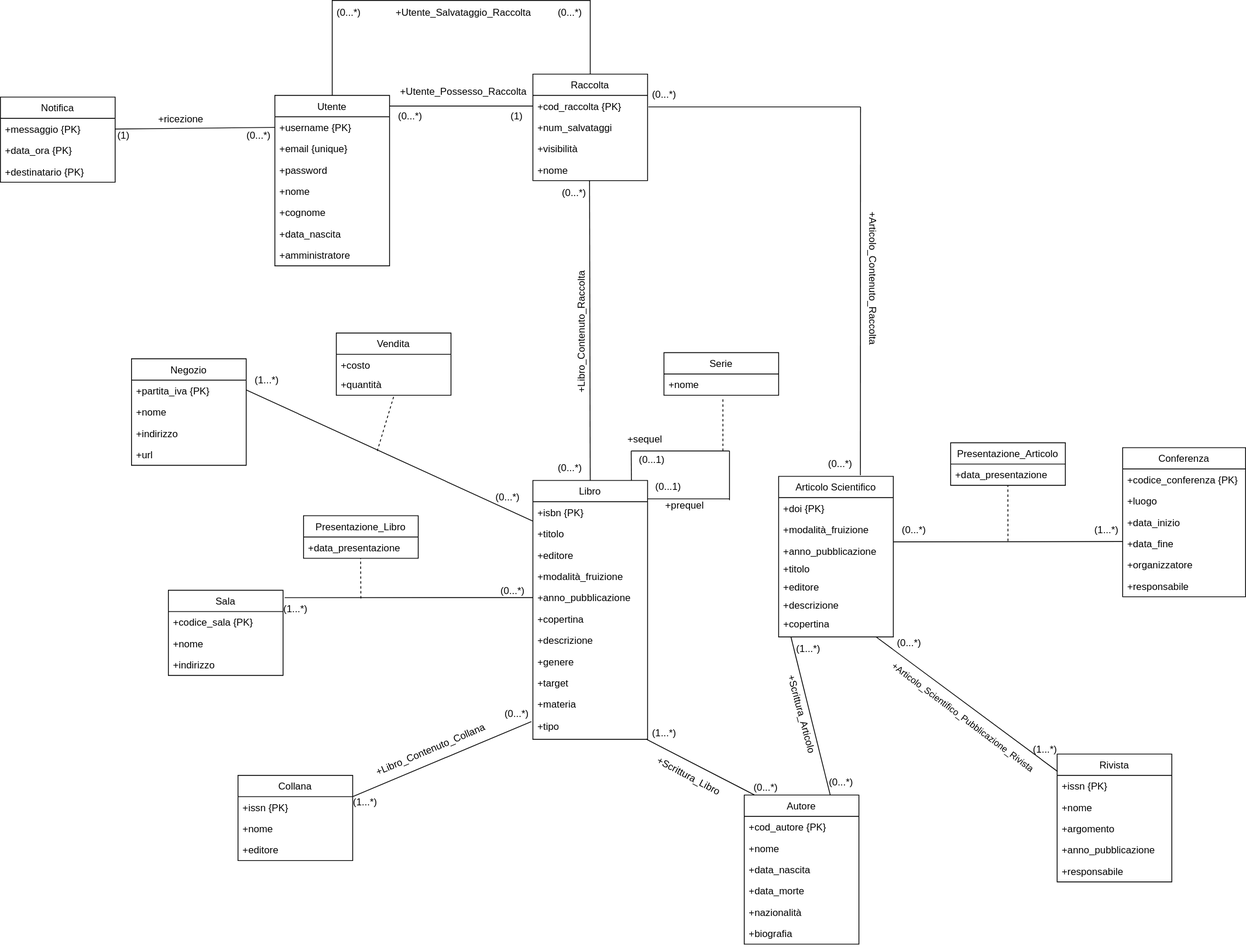
The draw.io diagram progettazione_concettuale/Modello_Concettuale_Ristrutturato_UML.drawio.svg in m3tt0/Progetto_OB_BASI, before a commit. Source tidied: cells renumbered, new cells last; positions are measured from the earlier drawing's top-left corner, leaving out a move shared by most shapes.
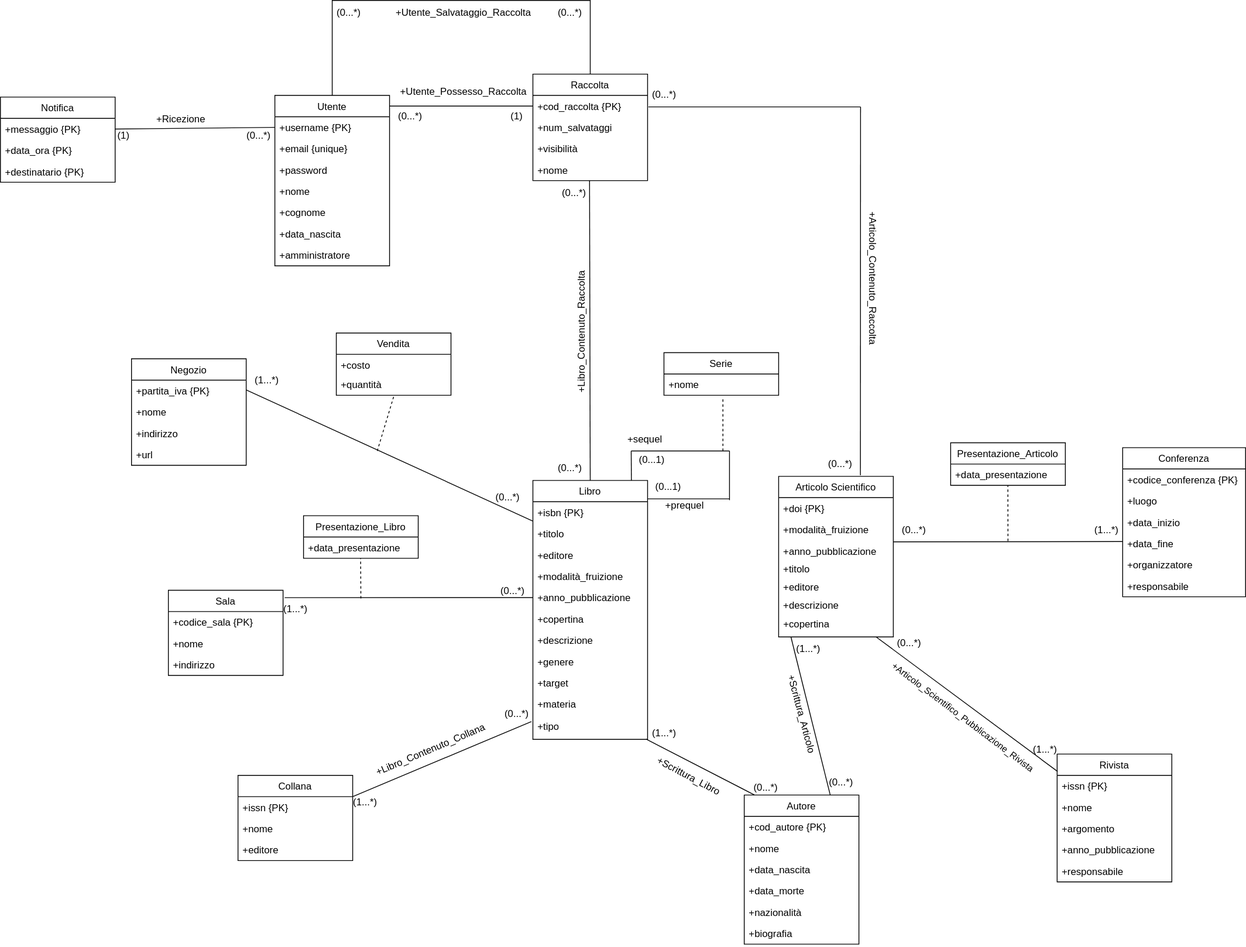
The same file after the commit.

The edit, as a diff of the source:
```diff
@@ -329,7 +329,7 @@
     <mxCell id="105" value="(0...*)" style="text;html=1;align=center;verticalAlign=middle;strokeColor=none;fillColor=none;" parent="1" vertex="1">
       <mxGeometry x="290" y="150" width="50" height="30" as="geometry" />
     </mxCell>
-    <mxCell id="106" value="+ricezione" style="text;html=1;align=center;verticalAlign=middle;strokeColor=none;fillColor=none;rotation=0;" parent="1" vertex="1">
+    <mxCell id="106" value="+Ricezione" style="text;html=1;align=center;verticalAlign=middle;strokeColor=none;fillColor=none;rotation=0;" parent="1" vertex="1">
       <mxGeometry x="180" y="130" width="80" height="30" as="geometry" />
     </mxCell>
     <mxCell id="107" value="Raccolta" style="swimlane;fontStyle=0;horizontal=1;startSize=26;fillColor=none;" parent="1" vertex="1">
```
